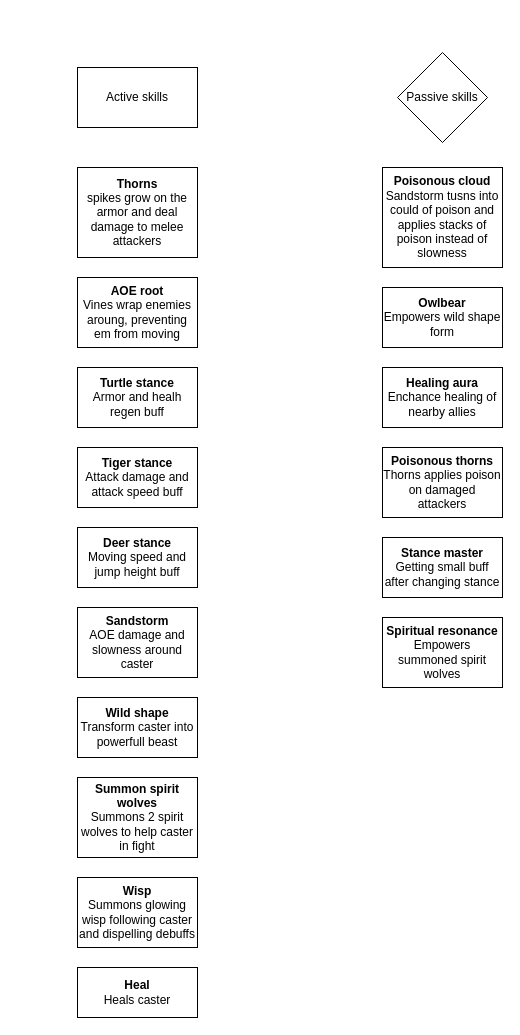
Before: page "Druid skills" (4 of 11) of Solaris.drawio in x3rdev/solaris, a draw.io diagram. Source tidied: cells renumbered, new cells numbered last; positions are measured from the earlier drawing's top-left corner, leaving out a move shared by most shapes. Both pictures are drawn from the tidied source at 100%, with x=0, y=0 at pixel (77, 52).
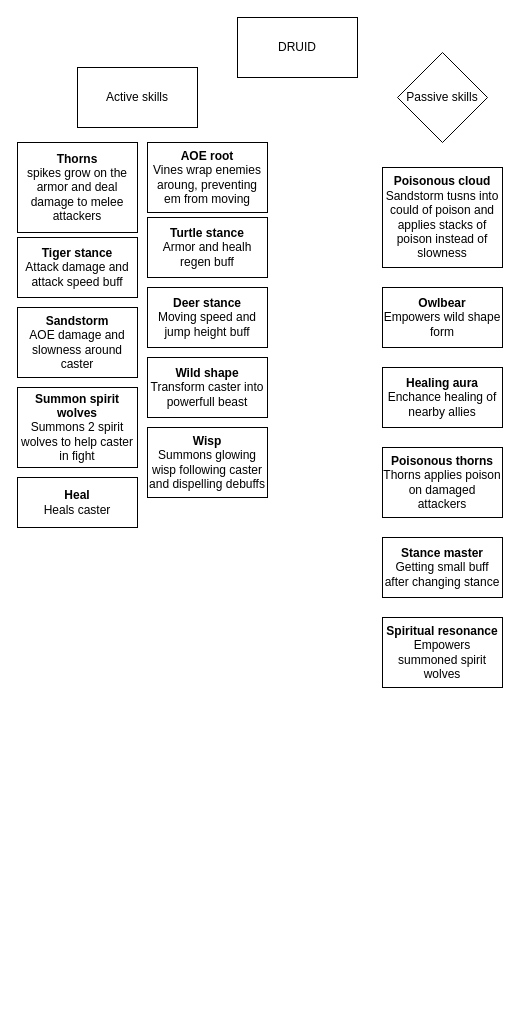
After the change.

Change to the diagram source:
```diff
@@
     <mxCell id="4" value="&lt;b&gt;Thorns&lt;/b&gt;&lt;br&gt;spikes grow on the armor and deal damage to melee attackers" style="rounded=0;whiteSpace=wrap;html=1;" parent="1" vertex="1">
-      <mxGeometry y="115" width="120" height="90" as="geometry" />
+      <mxGeometry x="-60" y="90" width="120" height="90" as="geometry" />
     </mxCell>
     <mxCell id="5" value="AOE root&lt;br&gt;&lt;span style=&quot;font-weight: normal;&quot;&gt;Vines wrap enemies aroung, preventing em from moving&lt;/span&gt;" style="rounded=0;whiteSpace=wrap;html=1;fontStyle=1;" parent="1" vertex="1">
-      <mxGeometry y="225" width="120" height="70" as="geometry" />
+      <mxGeometry x="70" y="90" width="120" height="70" as="geometry" />
     </mxCell>
     <mxCell id="6" value="&lt;b&gt;Turtle stance&lt;/b&gt;&lt;br&gt;Armor and healh regen buff" style="rounded=0;whiteSpace=wrap;html=1;" parent="1" vertex="1">
-      <mxGeometry y="315" width="120" height="60" as="geometry" />
+      <mxGeometry x="70" y="165" width="120" height="60" as="geometry" />
     </mxCell>
     <mxCell id="7" value="&lt;b&gt;Tiger stance&lt;/b&gt;&lt;br&gt;Attack damage and attack speed buff" style="rounded=0;whiteSpace=wrap;html=1;" parent="1" vertex="1">
-      <mxGeometry y="395" width="120" height="60" as="geometry" />
+      <mxGeometry x="-60" y="185" width="120" height="60" as="geometry" />
     </mxCell>
     <mxCell id="8" value="Deer stance&lt;br&gt;&lt;span style=&quot;font-weight: normal;&quot;&gt;Moving speed and jump height buff&lt;/span&gt;" style="rounded=0;whiteSpace=wrap;html=1;fontStyle=1;" parent="1" vertex="1">
-      <mxGeometry y="475" width="120" height="60" as="geometry" />
+      <mxGeometry x="70" y="235" width="120" height="60" as="geometry" />
     </mxCell>
     <mxCell id="9" value="&lt;b&gt;Sandstorm&lt;/b&gt;&lt;br&gt;AOE damage and slowness around caster" style="rounded=0;whiteSpace=wrap;html=1;" parent="1" vertex="1">
-      <mxGeometry y="555" width="120" height="70" as="geometry" />
+      <mxGeometry x="-60" y="255" width="120" height="70" as="geometry" />
     </mxCell>
     <mxCell id="10" value="Wild shape&lt;br&gt;&lt;span style=&quot;font-weight: normal;&quot;&gt;Transform caster into powerfull beast&lt;/span&gt;" style="rounded=0;whiteSpace=wrap;html=1;fontStyle=1;" parent="1" vertex="1">
-      <mxGeometry y="645" width="120" height="60" as="geometry" />
+      <mxGeometry x="70" y="305" width="120" height="60" as="geometry" />
     </mxCell>
     <mxCell id="11" value="&lt;b&gt;Summon spirit wolves&lt;/b&gt;&lt;br&gt;Summons 2 spirit wolves to help caster in fight" style="rounded=0;whiteSpace=wrap;html=1;" parent="1" vertex="1">
-      <mxGeometry y="725" width="120" height="80" as="geometry" />
+      <mxGeometry x="-60" y="335" width="120" height="80" as="geometry" />
     </mxCell>
     <mxCell id="12" value="Wisp&lt;br&gt;&lt;span style=&quot;font-weight: normal;&quot;&gt;Summons glowing wisp following caster and dispelling debuffs&lt;/span&gt;" style="rounded=0;whiteSpace=wrap;html=1;fontStyle=1;" parent="1" vertex="1">
-      <mxGeometry y="825" width="120" height="70" as="geometry" />
+      <mxGeometry x="70" y="375" width="120" height="70" as="geometry" />
     </mxCell>
     <mxCell id="13" value="Heal&lt;br&gt;&lt;span style=&quot;font-weight: normal;&quot;&gt;Heals caster&lt;/span&gt;" style="rounded=0;whiteSpace=wrap;html=1;fontStyle=1;" parent="1" vertex="1">
-      <mxGeometry y="915" width="120" height="50" as="geometry" />
+      <mxGeometry x="-60" y="425" width="120" height="50" as="geometry" />
     </mxCell>
@@
+    <mxCell id="20" value="DRUID" style="rounded=0;whiteSpace=wrap;html=1;" parent="1" vertex="1">
+      <mxGeometry x="160" y="-35" width="120" height="60" as="geometry" />
+    </mxCell>
```
